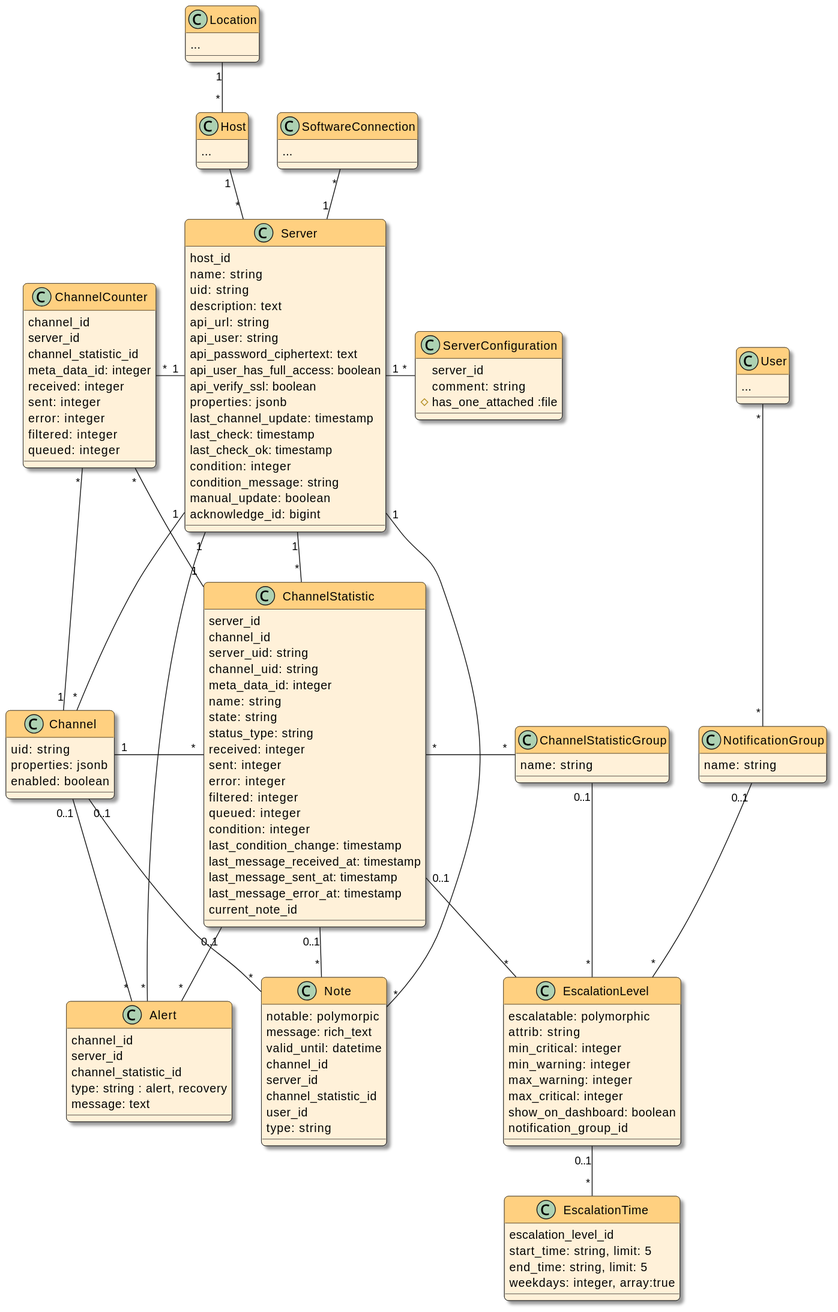
Above: docsrc/devnotes/modules/ROOT/images/models.svg in swobspace/mirco (PlantUML), before the change.
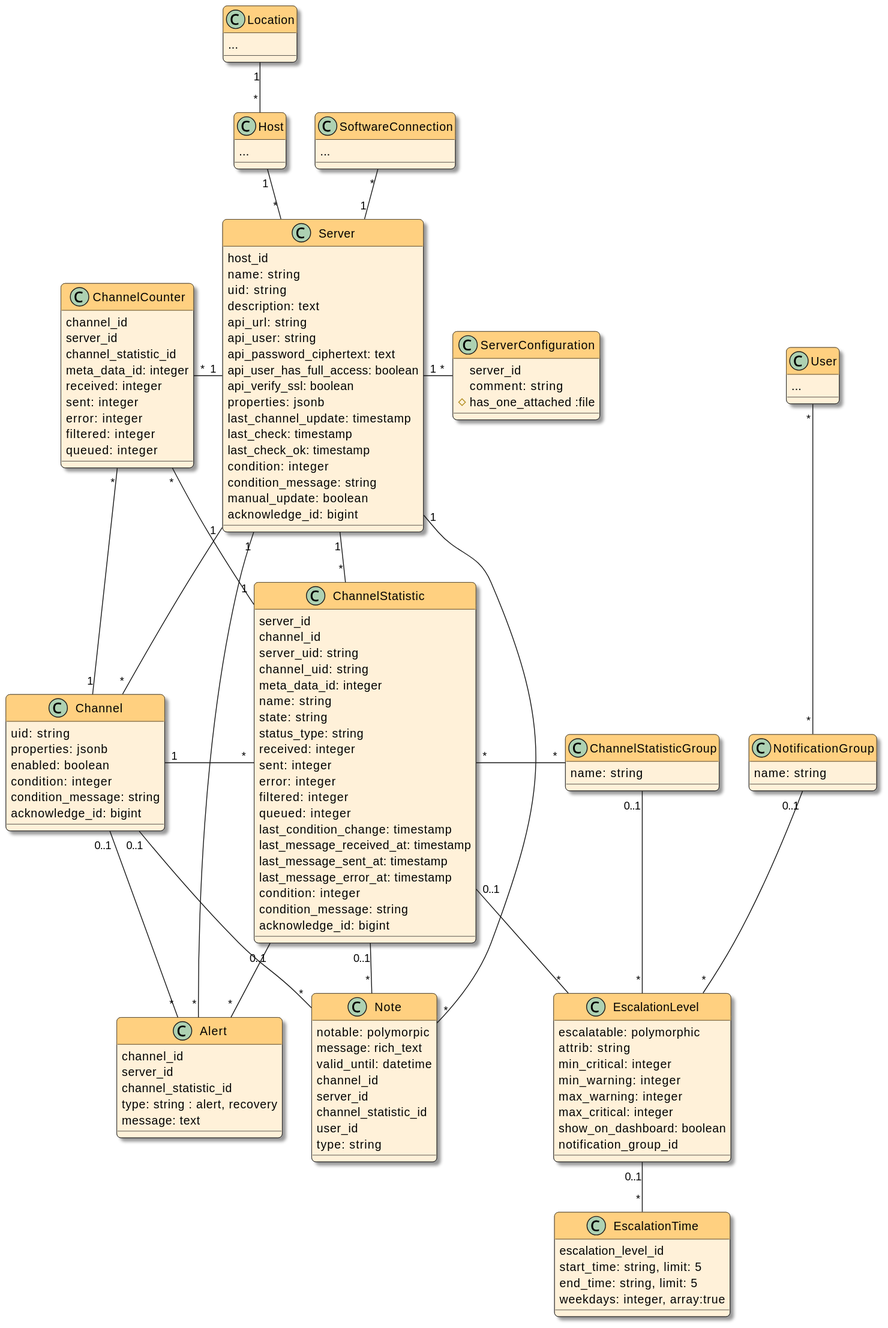
Above is the later version.

What changed in the source:
```diff
@@ -41,6 +41,9 @@
   uid: string
   properties: jsonb
   enabled: boolean
+  condition: integer
+  condition_message: string
+  acknowledge_id: bigint
 }
 
 class ChannelStatistic {
@@ -57,12 +60,13 @@
   error: integer
   filtered: integer
   queued: integer
-  condition: integer
   last_condition_change: timestamp
   last_message_received_at: timestamp
   last_message_sent_at: timestamp
   last_message_error_at: timestamp
-  current_note_id
+  condition: integer
+  condition_message: string
+  acknowledge_id: bigint
 }
 
 class ChannelStatisticGroup {
```
